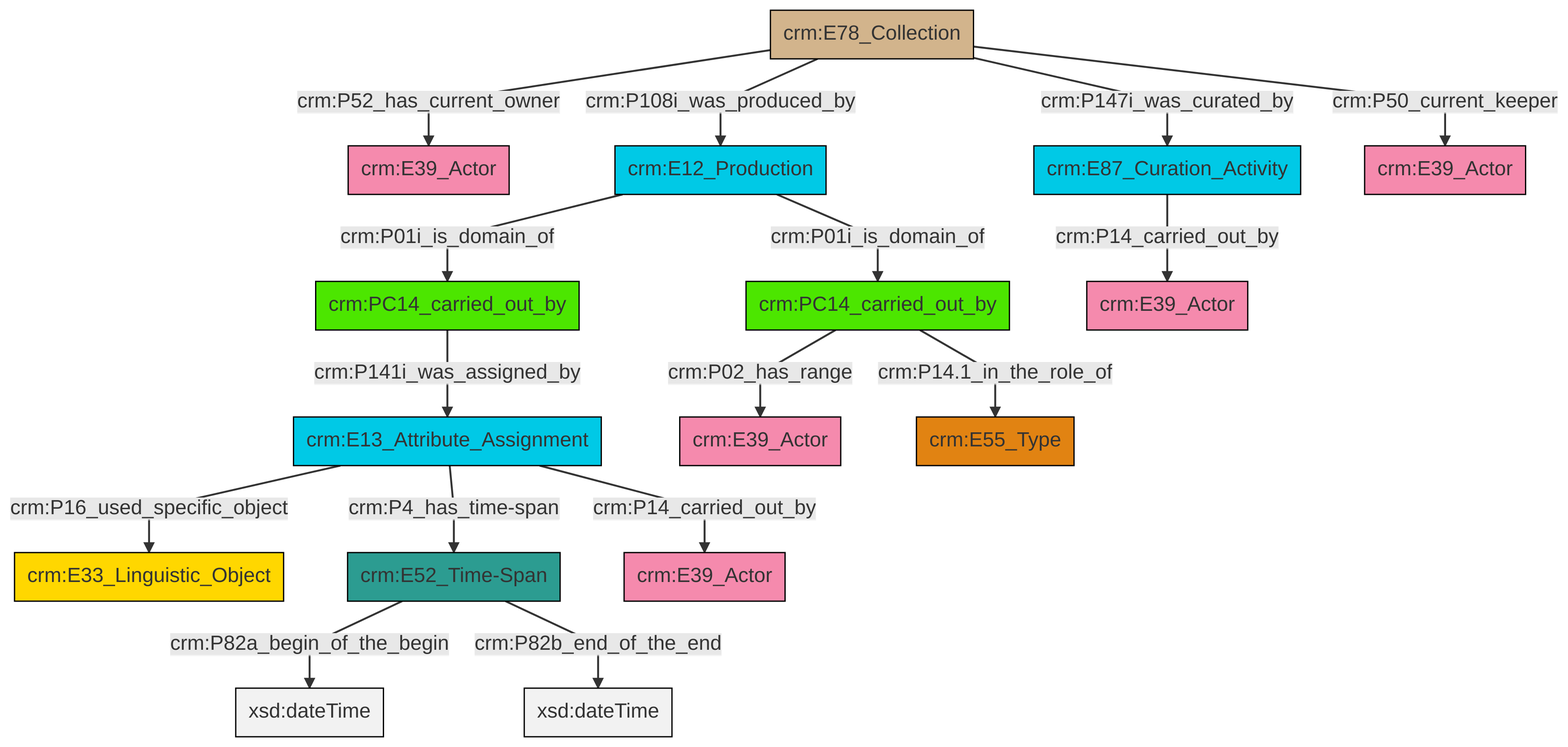
The Mermaid diagram et/archivalCSV/ttl/mmd/png/archival_relation.png in swiss-art-research-net/docs.swissartresearch, before a commit. Its source is kept beside it as et/archivalCSV/ttl/mmd/archival_relation.ttl.mmd.
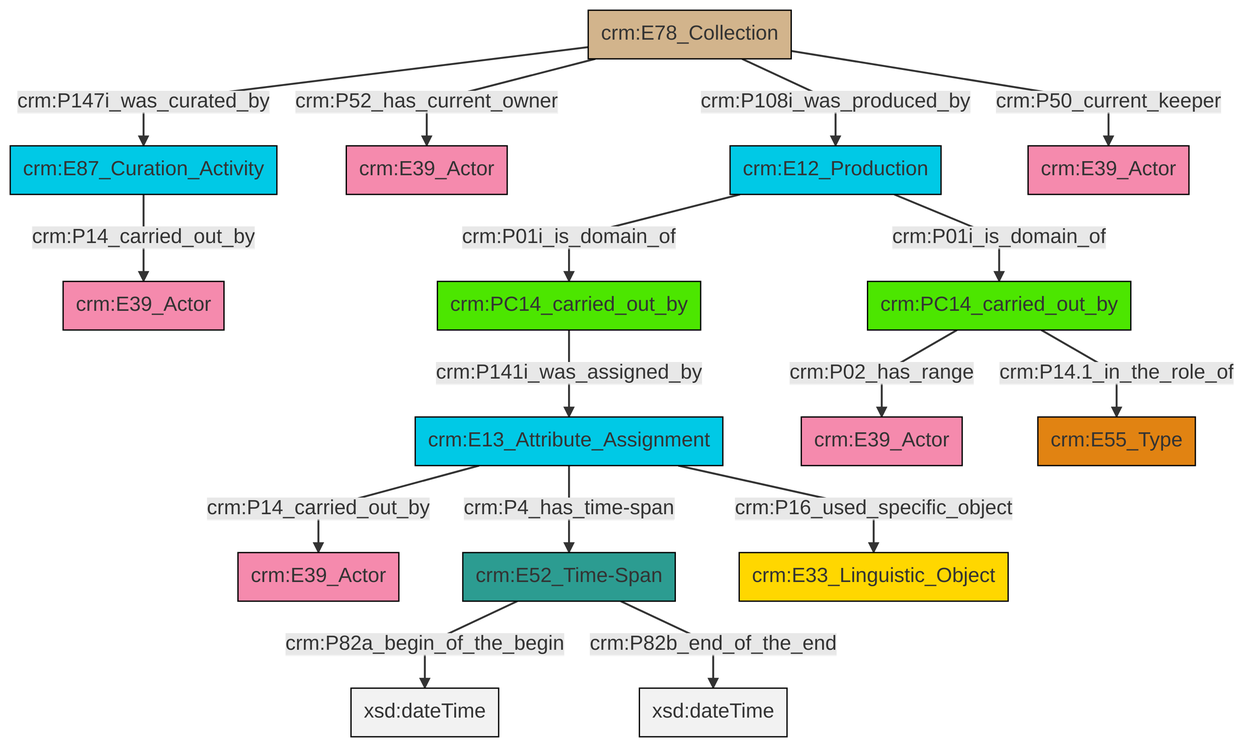
The same diagram one commit later.

Change to the diagram source:
```diff
@@ -13,18 +13,18 @@
 classDef PC_Classes fill:#4ce600, stroke:#000000;
 classDef Multi fill:#cccccc,stroke:#000000;
 
-2["crm:E13_Attribute_Assignment"]:::Temporal_Entity -->|crm:P16_used_specific_object| 3["crm:E33_Linguistic_Object"]:::Conceptual_Object
-4["crm:E78_Collection"]:::Physical_Thing -->|crm:P147i_was_curated_by| 8["crm:E87_Curation_Activity"]:::Temporal_Entity
-9["crm:E12_Production"]:::Temporal_Entity -->|crm:P01i_is_domain_of| 0["crm:PC14_carried_out_by"]:::PC_Classes
-4["crm:E78_Collection"]:::Physical_Thing -->|crm:P108i_was_produced_by| 9["crm:E12_Production"]:::Temporal_Entity
-4["crm:E78_Collection"]:::Physical_Thing -->|crm:P52_has_current_owner| 6["crm:E39_Actor"]:::Actor
-10["crm:PC14_carried_out_by"]:::PC_Classes -->|crm:P02_has_range| 15["crm:E39_Actor"]:::Actor
-10["crm:PC14_carried_out_by"]:::PC_Classes -->|crm:P14.1_in_the_role_of| 16["crm:E55_Type"]:::Type
-9["crm:E12_Production"]:::Temporal_Entity -->|crm:P01i_is_domain_of| 10["crm:PC14_carried_out_by"]:::PC_Classes
-2["crm:E13_Attribute_Assignment"]:::Temporal_Entity -->|crm:P14_carried_out_by| 18["crm:E39_Actor"]:::Actor
-13["crm:E52_Time-Span"]:::Time-Span -->|crm:P82a_begin_of_the_begin| 21[xsd:dateTime]:::Literal
-13["crm:E52_Time-Span"]:::Time-Span -->|crm:P82b_end_of_the_end| 22[xsd:dateTime]:::Literal
-2["crm:E13_Attribute_Assignment"]:::Temporal_Entity -->|crm:P4_has_time-span| 13["crm:E52_Time-Span"]:::Time-Span
-4["crm:E78_Collection"]:::Physical_Thing -->|crm:P50_current_keeper| 25["crm:E39_Actor"]:::Actor
-0["crm:PC14_carried_out_by"]:::PC_Classes -->|crm:P141i_was_assigned_by| 2["crm:E13_Attribute_Assignment"]:::Temporal_Entity
-8["crm:E87_Curation_Activity"]:::Temporal_Entity -->|crm:P14_carried_out_by| 27["crm:E39_Actor"]:::Actor
+0["crm:E13_Attribute_Assignment"]:::Temporal_Entity -->|crm:P14_carried_out_by| 1["crm:E39_Actor"]:::Actor
+6["crm:PC14_carried_out_by"]:::PC_Classes -->|crm:P02_has_range| 7["crm:E39_Actor"]:::Actor
+8["crm:E52_Time-Span"]:::Time-Span -->|crm:P82a_begin_of_the_begin| 9[xsd:dateTime]:::Literal
+10["crm:E78_Collection"]:::Physical_Thing -->|crm:P147i_was_curated_by| 11["crm:E87_Curation_Activity"]:::Temporal_Entity
+0["crm:E13_Attribute_Assignment"]:::Temporal_Entity -->|crm:P16_used_specific_object| 12["crm:E33_Linguistic_Object"]:::Conceptual_Object
+10["crm:E78_Collection"]:::Physical_Thing -->|crm:P52_has_current_owner| 13["crm:E39_Actor"]:::Actor
+8["crm:E52_Time-Span"]:::Time-Span -->|crm:P82b_end_of_the_end| 18[xsd:dateTime]:::Literal
+0["crm:E13_Attribute_Assignment"]:::Temporal_Entity -->|crm:P4_has_time-span| 8["crm:E52_Time-Span"]:::Time-Span
+10["crm:E78_Collection"]:::Physical_Thing -->|crm:P108i_was_produced_by| 15["crm:E12_Production"]:::Temporal_Entity
+10["crm:E78_Collection"]:::Physical_Thing -->|crm:P50_current_keeper| 20["crm:E39_Actor"]:::Actor
+6["crm:PC14_carried_out_by"]:::PC_Classes -->|crm:P14.1_in_the_role_of| 22["crm:E55_Type"]:::Type
+4["crm:PC14_carried_out_by"]:::PC_Classes -->|crm:P141i_was_assigned_by| 0["crm:E13_Attribute_Assignment"]:::Temporal_Entity
+11["crm:E87_Curation_Activity"]:::Temporal_Entity -->|crm:P14_carried_out_by| 2["crm:E39_Actor"]:::Actor
+15["crm:E12_Production"]:::Temporal_Entity -->|crm:P01i_is_domain_of| 6["crm:PC14_carried_out_by"]:::PC_Classes
+15["crm:E12_Production"]:::Temporal_Entity -->|crm:P01i_is_domain_of| 4["crm:PC14_carried_out_by"]:::PC_Classes
```
